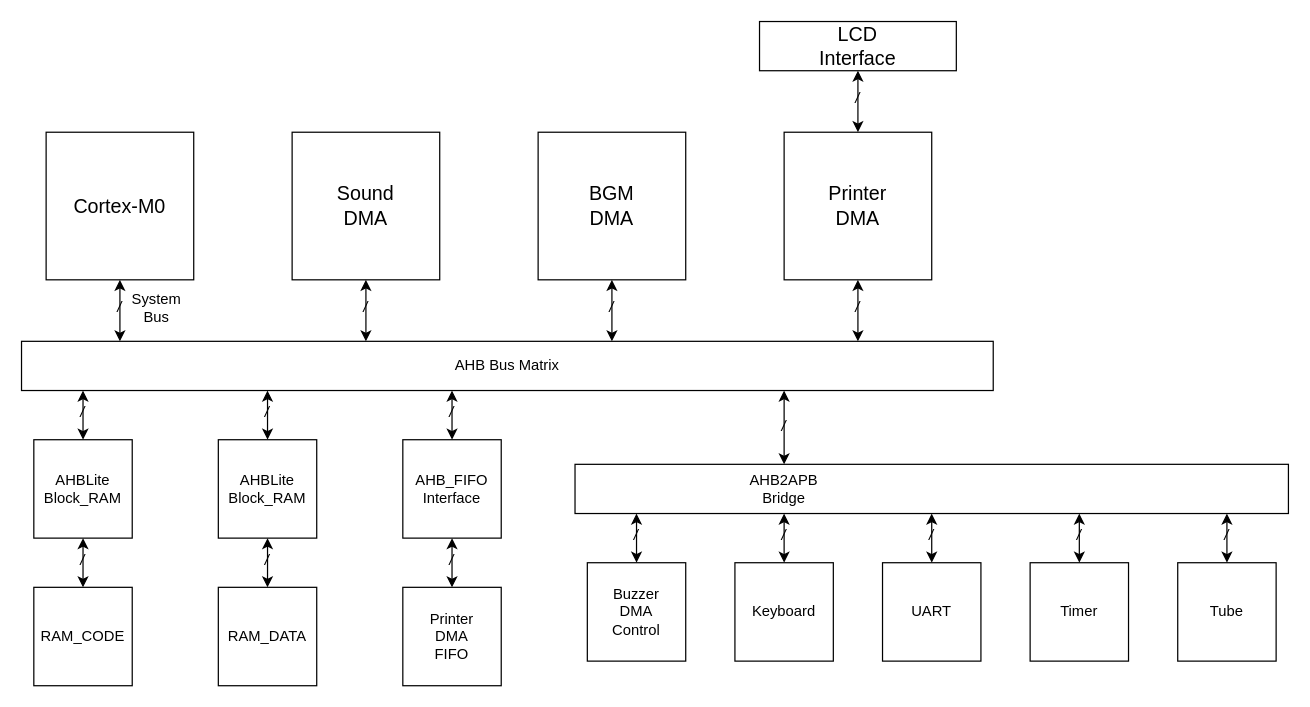
Before: HardwareARC.drawio in brsf11/RealTank2021, a draw.io diagram. Source tidied: cells renumbered, new cells numbered last; positions are measured from the earlier drawing's top-left corner, leaving out a move shared by most shapes. Both pictures are drawn from the tidied source at 123%, with x=0, y=0 at pixel (21, 21).
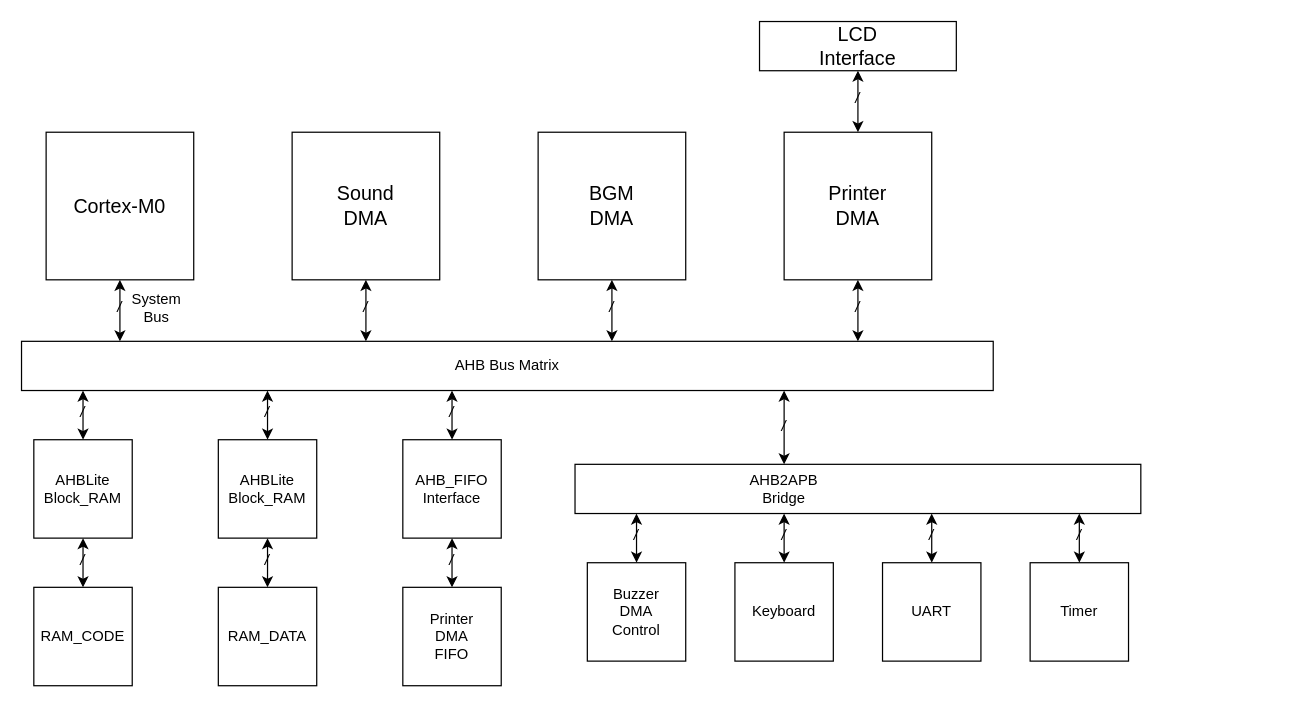
Above is the later version.

Commit message (it also covers changes not shown here):
remove tube display

Change to the diagram source:
```diff
@@
     <mxCell id="33" style="rounded=0;whiteSpace=wrap;html=1;" parent="1" vertex="1">
-      <mxGeometry x="450" y="360" width="580" height="40" as="geometry" />
+      <mxGeometry x="450" y="360" width="460" height="40" as="geometry" />
     </mxCell>
@@
-    <mxCell id="69" style="rounded=0;whiteSpace=wrap;html=1;" parent="1" vertex="1">
-      <mxGeometry x="940" y="440" width="80" height="80" as="geometry" />
-    </mxCell>
-    <mxCell id="70" style="endArrow=classic;startArrow=classic;html=1;" parent="1" edge="1">
-      <mxGeometry relative="1" as="geometry">
-        <mxPoint x="980" y="440" as="sourcePoint" />
-        <mxPoint x="980" y="400" as="targetPoint" />
-      </mxGeometry>
-    </mxCell>
-    <mxCell id="71" value="/" style="text;html=1;strokeColor=none;fillColor=none;align=center;verticalAlign=middle;whiteSpace=wrap;rounded=0;fontStyle=2;" parent="1" vertex="1">
-      <mxGeometry x="960" y="408" width="40" height="20" as="geometry" />
-    </mxCell>
-    <mxCell id="72" value="Tube" style="text;html=1;strokeColor=none;fillColor=none;align=center;verticalAlign=middle;whiteSpace=wrap;rounded=0;dashed=1;" parent="1" vertex="1">
-      <mxGeometry x="960" y="470" width="40" height="20" as="geometry" />
-    </mxCell>
```
